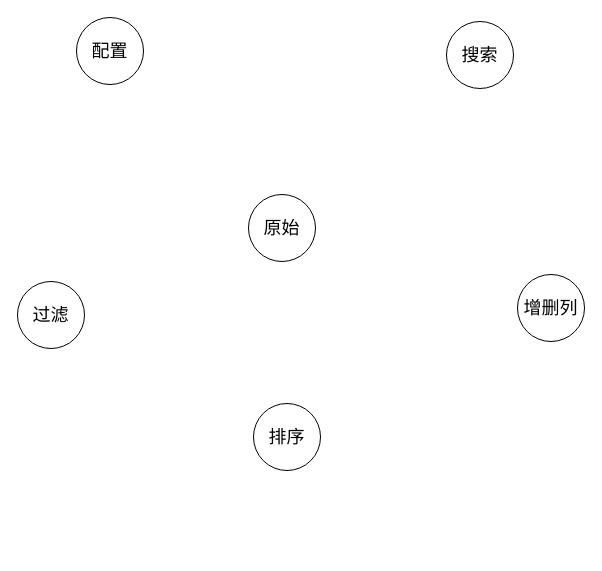
Earlier version of the draw.io diagram status.drawio (rockysroll/testgit). Source tidied: cells renumbered, new cells numbered last; positions are measured from the earlier drawing's top-left corner, leaving out a move shared by most shapes. Both pictures are drawn from the tidied source at 100%, with x=0, y=0 at pixel (17, 17).
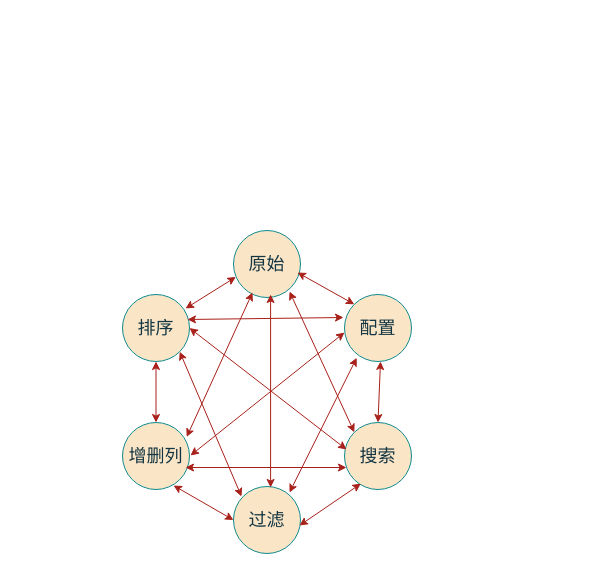
Above is the later version.

The edit, as a diff of the source:
```diff
@@
-    <mxCell id="2" value="&lt;font style=&quot;font-size: 18px;&quot;&gt;原始&lt;/font&gt;" style="ellipse;whiteSpace=wrap;html=1;" parent="1" vertex="1">
-      <mxGeometry x="231" y="177" width="67" height="67" as="geometry" />
+    <mxCell id="2" value="&lt;font style=&quot;font-size: 18px;&quot;&gt;原始&lt;/font&gt;" style="ellipse;whiteSpace=wrap;html=1;labelBackgroundColor=none;fillColor=#FAE5C7;strokeColor=#0F8B8D;fontColor=#143642;" parent="1" vertex="1">
+      <mxGeometry x="216" y="213" width="67" height="67" as="geometry" />
     </mxCell>
-    <mxCell id="3" value="&lt;font style=&quot;font-size: 18px;&quot;&gt;配置&lt;/font&gt;" style="ellipse;whiteSpace=wrap;html=1;" parent="1" vertex="1">
-      <mxGeometry x="59" width="67" height="67" as="geometry" />
+    <mxCell id="3" value="&lt;font style=&quot;font-size: 18px;&quot;&gt;配置&lt;/font&gt;" style="ellipse;whiteSpace=wrap;html=1;labelBackgroundColor=none;fillColor=#FAE5C7;strokeColor=#0F8B8D;fontColor=#143642;" parent="1" vertex="1">
+      <mxGeometry x="327" y="277" width="67" height="67" as="geometry" />
     </mxCell>
-    <mxCell id="4" value="&lt;font style=&quot;font-size: 18px;&quot;&gt;搜索&lt;/font&gt;" style="ellipse;whiteSpace=wrap;html=1;" parent="1" vertex="1">
-      <mxGeometry x="429" y="4" width="67" height="67" as="geometry" />
+    <mxCell id="4" value="&lt;font style=&quot;font-size: 18px;&quot;&gt;搜索&lt;/font&gt;" style="ellipse;whiteSpace=wrap;html=1;labelBackgroundColor=none;fillColor=#FAE5C7;strokeColor=#0F8B8D;fontColor=#143642;" parent="1" vertex="1">
+      <mxGeometry x="327" y="405" width="67" height="67" as="geometry" />
     </mxCell>
-    <mxCell id="5" value="&lt;span style=&quot;color: rgb(0, 0, 0); font-family: Helvetica; font-size: 18px; font-style: normal; font-variant-ligatures: normal; font-variant-caps: normal; font-weight: 400; letter-spacing: normal; orphans: 2; text-align: center; text-indent: 0px; text-transform: none; widows: 2; word-spacing: 0px; -webkit-text-stroke-width: 0px; background-color: rgb(251, 251, 251); text-decoration-thickness: initial; text-decoration-style: initial; text-decoration-color: initial; float: none; display: inline !important;&quot;&gt;过滤&lt;/span&gt;" style="ellipse;whiteSpace=wrap;html=1;" parent="1" vertex="1">
-      <mxGeometry y="264" width="67" height="67" as="geometry" />
+    <mxCell id="5" value="&lt;span style=&quot;font-size: 18px;&quot;&gt;过滤&lt;/span&gt;" style="ellipse;whiteSpace=wrap;html=1;labelBackgroundColor=none;fillColor=#FAE5C7;strokeColor=#0F8B8D;fontColor=#143642;" parent="1" vertex="1">
+      <mxGeometry x="216" y="469" width="67" height="67" as="geometry" />
     </mxCell>
-    <mxCell id="6" value="&lt;font style=&quot;font-size: 18px;&quot;&gt;增删列&lt;/font&gt;" style="ellipse;whiteSpace=wrap;html=1;" parent="1" vertex="1">
-      <mxGeometry x="500" y="257" width="67" height="67" as="geometry" />
+    <mxCell id="6" value="&lt;font style=&quot;font-size: 18px;&quot;&gt;增删列&lt;/font&gt;" style="ellipse;whiteSpace=wrap;html=1;labelBackgroundColor=none;fillColor=#FAE5C7;strokeColor=#0F8B8D;fontColor=#143642;" parent="1" vertex="1">
+      <mxGeometry x="105" y="405" width="67" height="67" as="geometry" />
     </mxCell>
-    <mxCell id="7" value="&lt;font style=&quot;font-size: 18px;&quot;&gt;排序&lt;/font&gt;" style="ellipse;whiteSpace=wrap;html=1;" parent="1" vertex="1">
-      <mxGeometry x="236" y="386" width="67" height="67" as="geometry" />
+    <mxCell id="7" value="&lt;font style=&quot;font-size: 18px;&quot;&gt;排序&lt;/font&gt;" style="ellipse;whiteSpace=wrap;html=1;labelBackgroundColor=none;fillColor=#FAE5C7;strokeColor=#0F8B8D;fontColor=#143642;" parent="1" vertex="1">
+      <mxGeometry x="105" y="277" width="67" height="67" as="geometry" />
     </mxCell>
+    <mxCell id="8" style="endArrow=classic;startArrow=classic;html=1;rounded=0;exitX=0.539;exitY=0.015;exitDx=0;exitDy=0;exitPerimeter=0;labelBackgroundColor=none;fontColor=default;strokeColor=#A8201A;" parent="1" edge="1">
+      <mxGeometry relative="1" as="geometry">
+        <mxPoint x="253.1" y="470" as="sourcePoint" />
+        <mxPoint x="253.1" y="277" as="targetPoint" />
+      </mxGeometry>
+    </mxCell>
+    <mxCell id="9" style="endArrow=classic;startArrow=classic;html=1;rounded=0;entryX=0.035;entryY=0.694;entryDx=0;entryDy=0;entryPerimeter=0;labelBackgroundColor=none;fontColor=default;strokeColor=#A8201A;" parent="1" edge="1" target="2">
+      <mxGeometry relative="1" as="geometry">
+        <mxPoint x="168" y="291" as="sourcePoint" />
+      </mxGeometry>
+    </mxCell>
+    <mxCell id="10" style="endArrow=classic;startArrow=classic;html=1;rounded=0;exitX=0.5;exitY=0;exitDx=0;exitDy=0;entryX=0.5;entryY=1;entryDx=0;entryDy=0;labelBackgroundColor=none;fontColor=default;strokeColor=#A8201A;" parent="1" edge="1" source="6" target="7">
+      <mxGeometry relative="1" as="geometry" />
+    </mxCell>
+    <mxCell id="11" style="endArrow=classic;startArrow=classic;html=1;rounded=0;exitX=0;exitY=0.5;exitDx=0;exitDy=0;labelBackgroundColor=none;fontColor=default;strokeColor=#A8201A;" parent="1" edge="1" source="5">
+      <mxGeometry relative="1" as="geometry">
+        <mxPoint x="156" y="468" as="targetPoint" />
+      </mxGeometry>
+    </mxCell>
+    <mxCell id="12" style="endArrow=classic;startArrow=classic;html=1;rounded=0;entryX=0.244;entryY=0.913;entryDx=0;entryDy=0;entryPerimeter=0;labelBackgroundColor=none;fontColor=default;strokeColor=#A8201A;" parent="1" edge="1" target="4">
+      <mxGeometry relative="1" as="geometry">
+        <mxPoint x="282" y="508" as="sourcePoint" />
+      </mxGeometry>
+    </mxCell>
+    <mxCell id="13" style="endArrow=classic;startArrow=classic;html=1;rounded=0;exitX=0.5;exitY=0;exitDx=0;exitDy=0;labelBackgroundColor=none;fontColor=default;strokeColor=#A8201A;" parent="1" edge="1" source="4">
+      <mxGeometry relative="1" as="geometry">
+        <mxPoint x="363" y="344" as="targetPoint" />
+      </mxGeometry>
+    </mxCell>
+    <mxCell id="14" style="endArrow=classic;startArrow=classic;html=1;rounded=0;entryX=0;entryY=0;entryDx=0;entryDy=0;labelBackgroundColor=none;fontColor=default;strokeColor=#A8201A;" parent="1" edge="1" target="3">
+      <mxGeometry relative="1" as="geometry">
+        <mxPoint x="280" y="255" as="sourcePoint" />
+      </mxGeometry>
+    </mxCell>
+    <mxCell id="15" style="endArrow=classic;startArrow=classic;html=1;rounded=0;exitX=0;exitY=0;exitDx=0;exitDy=0;labelBackgroundColor=none;fontColor=default;strokeColor=#A8201A;" parent="1" edge="1" source="4">
+      <mxGeometry relative="1" as="geometry">
+        <mxPoint x="272" y="274" as="targetPoint" />
+      </mxGeometry>
+    </mxCell>
+    <mxCell id="16" style="endArrow=classic;startArrow=classic;html=1;rounded=0;exitX=0.958;exitY=0.216;exitDx=0;exitDy=0;exitPerimeter=0;labelBackgroundColor=none;fontColor=default;strokeColor=#A8201A;" parent="1" edge="1" source="6">
+      <mxGeometry relative="1" as="geometry">
+        <mxPoint x="235" y="275" as="targetPoint" />
+      </mxGeometry>
+    </mxCell>
+    <mxCell id="17" style="endArrow=classic;startArrow=classic;html=1;rounded=0;exitX=1;exitY=0.5;exitDx=0;exitDy=0;labelBackgroundColor=none;fontColor=default;strokeColor=#A8201A;" parent="1" edge="1" source="7">
+      <mxGeometry relative="1" as="geometry">
+        <mxPoint x="329" y="432" as="targetPoint" />
+      </mxGeometry>
+    </mxCell>
+    <mxCell id="18" style="endArrow=classic;startArrow=classic;html=1;rounded=0;exitX=0.94;exitY=0.672;exitDx=0;exitDy=0;exitPerimeter=0;labelBackgroundColor=none;fontColor=default;strokeColor=#A8201A;" parent="1" edge="1" source="6">
+      <mxGeometry relative="1" as="geometry">
+        <mxPoint x="329" y="450" as="targetPoint" />
+      </mxGeometry>
+    </mxCell>
+    <mxCell id="19" style="endArrow=classic;startArrow=classic;html=1;rounded=0;entryX=0.182;entryY=0.945;entryDx=0;entryDy=0;entryPerimeter=0;labelBackgroundColor=none;fontColor=default;strokeColor=#A8201A;" parent="1" edge="1" target="3">
+      <mxGeometry relative="1" as="geometry">
+        <mxPoint x="272" y="475" as="sourcePoint" />
+      </mxGeometry>
+    </mxCell>
+    <mxCell id="20" style="endArrow=classic;startArrow=classic;html=1;rounded=0;entryX=1;entryY=1;entryDx=0;entryDy=0;labelBackgroundColor=none;fontColor=default;strokeColor=#A8201A;" parent="1" edge="1" target="7">
+      <mxGeometry relative="1" as="geometry">
+        <mxPoint x="224" y="479" as="sourcePoint" />
+      </mxGeometry>
+    </mxCell>
+    <mxCell id="21" style="endArrow=classic;startArrow=classic;html=1;rounded=0;labelBackgroundColor=none;fontColor=default;strokeColor=#A8201A;" parent="1" edge="1">
+      <mxGeometry relative="1" as="geometry">
+        <mxPoint x="173" y="438" as="sourcePoint" />
+        <mxPoint x="327" y="315" as="targetPoint" />
+      </mxGeometry>
+    </mxCell>
+    <mxCell id="22" style="endArrow=classic;startArrow=classic;html=1;rounded=0;exitX=0.97;exitY=0.373;exitDx=0;exitDy=0;exitPerimeter=0;labelBackgroundColor=none;fontColor=default;strokeColor=#A8201A;" parent="1" edge="1" source="7">
+      <mxGeometry relative="1" as="geometry">
+        <mxPoint x="326" y="300" as="targetPoint" />
+      </mxGeometry>
+    </mxCell>
```
